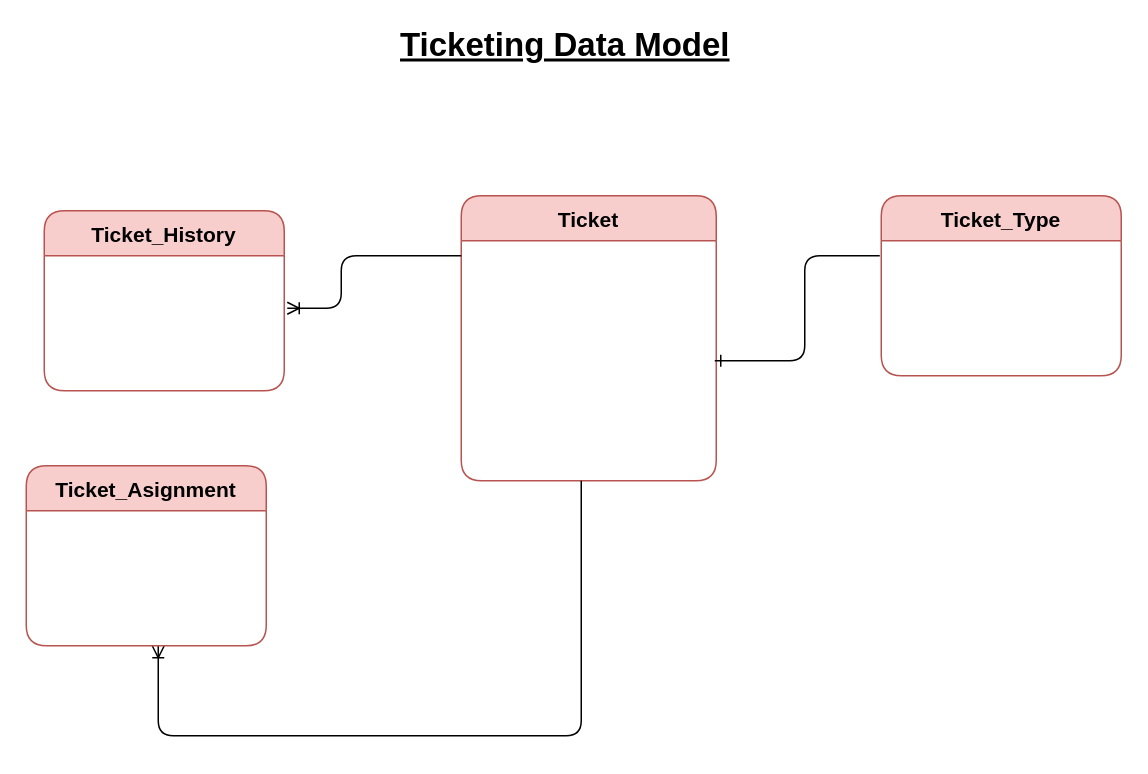
This is page "Ticket-DM" (5 of 6) of SysOps Squad/Sysops Squad.drawio from aliimran-pk/learning-repo, a draw.io file, before an edit. Source tidied: cells renumbered, new cells numbered last; positions are measured from the earlier drawing's top-left corner, leaving out a move shared by most shapes. Both pictures are drawn from the tidied source at 150%, with x=0, y=0 at pixel (26, 30).
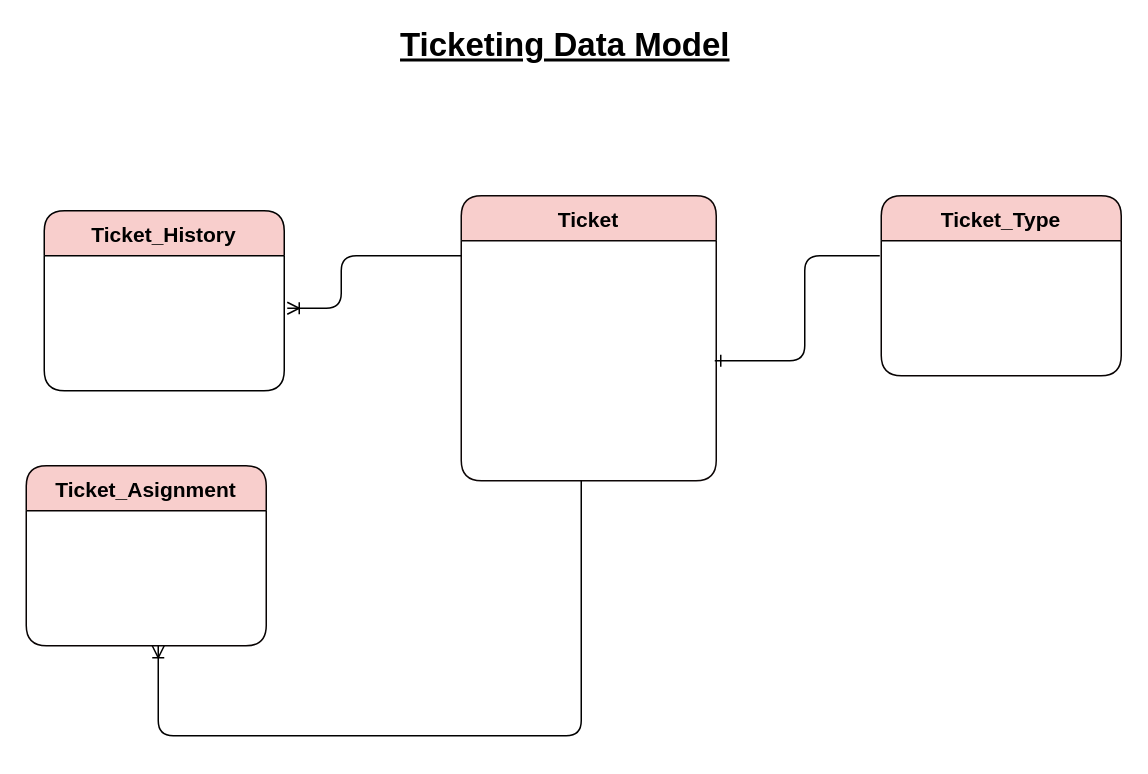
Above is the later version.

The edit, as a diff of the source:
```diff
@@
-    <mxCell id="2" value="Ticket" style="shape=table;startSize=30;childLayout=tableLayout;rowLines=0;fontStyle=1;align=center;fillColor=#f8cecc;strokeColor=#b85450;rounded=1;fontSize=14;" parent="1" vertex="1">
+    <mxCell id="2" value="Ticket" style="shape=table;startSize=30;childLayout=tableLayout;rowLines=0;fontStyle=1;align=center;fillColor=#f8cecc;rounded=1;fontSize=14;strokeColor=#0D0606;" parent="1" vertex="1">
       <mxGeometry x="290" y="110" width="170" height="190" as="geometry" />
     </mxCell>
@@
-    <mxCell id="11" value="Ticket_History" style="swimlane;horizontal=1;startSize=30;rounded=1;fontSize=14;fontStyle=1;strokeWidth=1;shadow=0;dashed=0;align=center;sketch=0;fillColor=#f8cecc;strokeColor=#b85450;" parent="1" vertex="1">
+    <mxCell id="11" value="Ticket_History" style="swimlane;horizontal=1;startSize=30;rounded=1;fontSize=14;fontStyle=1;strokeWidth=1;shadow=0;dashed=0;align=center;sketch=0;fillColor=#f8cecc;" parent="1" vertex="1">
       <mxGeometry x="12" y="120" width="160" height="120" as="geometry" />
     </mxCell>
-    <mxCell id="12" value="Ticket_Type" style="swimlane;horizontal=1;startSize=30;rounded=1;fontSize=14;fontStyle=1;strokeWidth=1;shadow=0;dashed=0;align=center;sketch=0;fillColor=#f8cecc;strokeColor=#B85450;" parent="1" vertex="1">
+    <mxCell id="12" value="Ticket_Type" style="swimlane;horizontal=1;startSize=30;rounded=1;fontSize=14;fontStyle=1;strokeWidth=1;shadow=0;dashed=0;align=center;sketch=0;fillColor=#f8cecc;strokeColor=#080303;" parent="1" vertex="1">
       <mxGeometry x="570" y="110" width="160" height="120" as="geometry" />
     </mxCell>
-    <mxCell id="13" value="Ticket_Asignment" style="swimlane;horizontal=1;startSize=30;rounded=1;fontSize=14;fontStyle=1;strokeWidth=1;shadow=0;dashed=0;align=center;sketch=0;fillColor=#f8cecc;strokeColor=#b85450;" parent="1" vertex="1">
+    <mxCell id="13" value="Ticket_Asignment" style="swimlane;horizontal=1;startSize=30;rounded=1;fontSize=14;fontStyle=1;strokeWidth=1;shadow=0;dashed=0;align=center;sketch=0;fillColor=#f8cecc;strokeColor=#080303;" parent="1" vertex="1">
       <mxGeometry y="290" width="160" height="120" as="geometry" />
     </mxCell>
```
